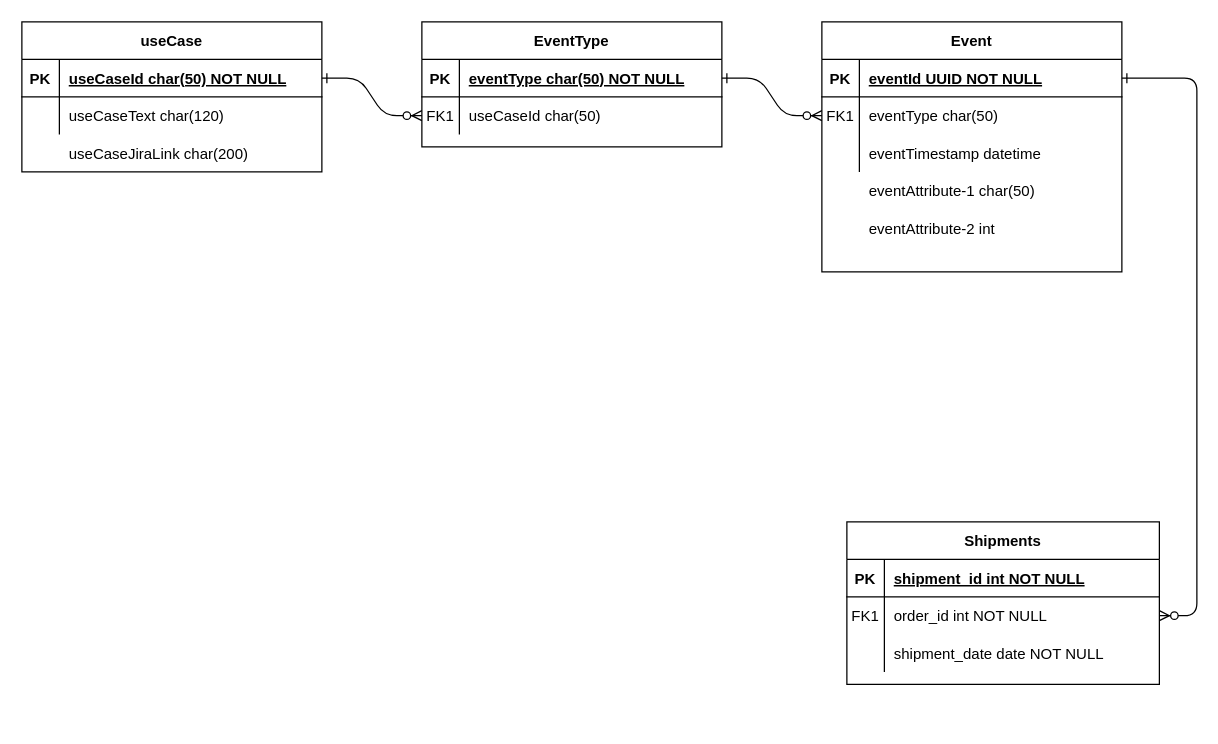
This is Untitled Diagram.drawio from Fischlein18/test-eventing, a draw.io file, before an edit. Source tidied: cells renumbered, new cells numbered last; positions are measured from the earlier drawing's top-left corner, leaving out a move shared by most shapes. Both pictures are drawn from the tidied source at 125%, with x=0, y=0 at pixel (21, 21).
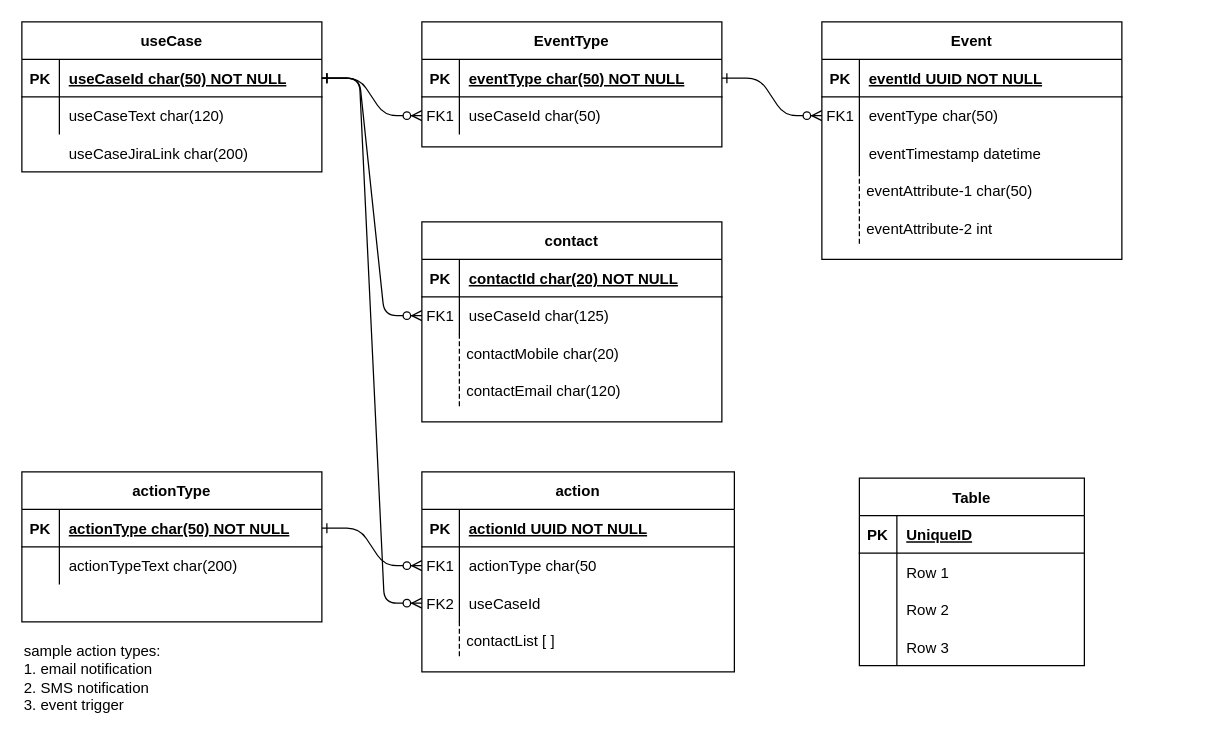
Above is the later version.

The change refers to these unchanged cells:
```xml
<mxCell id="5" style="shape=partialRectangle;fillColor=none;points=[[0,0.5],[1,0.5]];portConstraint=eastwest;top=0;left=0;right=0;bottom=1;" parent="4" vertex="1">
  <mxGeometry y="30" width="240" height="30" as="geometry" />
</mxCell>
<mxCell id="15" style="shape=partialRectangle;fillColor=none;top=0;left=0;right=0;bottom=1;" parent="14" vertex="1">
  <mxGeometry y="30" width="250" height="30" as="geometry" />
</mxCell>
<mxCell id="18" style="shape=partialRectangle;fillColor=none;points=[[0,0.5],[1,0.5]];portConstraint=eastwest;top=0;left=0;right=0;bottom=0;" parent="14" vertex="1">
  <mxGeometry y="60" width="250" height="30" as="geometry" />
</mxCell>
<mxCell id="21" style="shape=partialRectangle;fillColor=none;points=[[0,0.5],[1,0.5]];portConstraint=eastwest;top=0;left=0;right=0;bottom=0;" parent="14" vertex="1">
  <mxGeometry y="90" width="250" height="30" as="geometry" />
</mxCell>
<mxCell id="33" style="shape=partialRectangle;fillColor=none;points=[[0,0.5],[1,0.5]];portConstraint=eastwest;top=0;left=0;right=0;bottom=1;" parent="32" vertex="1">
  <mxGeometry y="30" width="240" height="30" as="geometry" />
</mxCell>
```

The edit, as a diff of the source:
```diff
@@
-    <mxCell id="3" style="edgeStyle=entityRelationEdgeStyle;endArrow=ERzeroToMany;startArrow=ERone;endFill=1;startFill=0;" parent="1" edge="1" source="5" target="18">
-      <mxGeometry relative="1" as="geometry" />
-    </mxCell>
     <mxCell id="4" value="Event" style="shape=table;startSize=30;childLayout=tableLayout;rowLines=0;fontStyle=1;align=center;" parent="1" vertex="1">
-      <mxGeometry x="640" width="240" height="200" as="geometry" />
+      <mxGeometry x="640" width="240" height="190" as="geometry" />
     </mxCell>
@@
-    <mxCell id="14" value="Shipments" style="shape=table;startSize=30;childLayout=tableLayout;rowLines=0;fontStyle=1;align=center;" parent="1" vertex="1">
-      <mxGeometry x="660" y="400" width="250" height="130" as="geometry" />
+    <mxCell id="14" value="action" style="shape=table;startSize=30;childLayout=tableLayout;rowLines=0;fontStyle=1;align=center;" parent="1" vertex="1">
+      <mxGeometry x="320" y="360" width="250" height="160" as="geometry" />
     </mxCell>
@@
-    <mxCell id="17" value="shipment_id int NOT NULL " style="shape=partialRectangle;overflow=hidden;fillColor=none;top=0;left=0;bottom=0;right=0;align=left;spacingLeft=6;fontStyle=5;" parent="15" vertex="1">
+    <mxCell id="17" value="actionId UUID NOT NULL" style="shape=partialRectangle;overflow=hidden;fillColor=none;top=0;left=0;bottom=0;right=0;align=left;spacingLeft=6;fontStyle=5;" parent="15" vertex="1">
       <mxGeometry x="30" width="220" height="30" as="geometry" />
     </mxCell>
@@
-    <mxCell id="20" value="order_id int NOT NULL" style="shape=partialRectangle;overflow=hidden;fillColor=none;top=0;left=0;bottom=0;right=0;align=left;spacingLeft=6;" parent="18" vertex="1">
+    <mxCell id="20" value="actionType char(50" style="shape=partialRectangle;overflow=hidden;fillColor=none;top=0;left=0;bottom=0;right=0;align=left;spacingLeft=6;" parent="18" vertex="1">
       <mxGeometry x="30" width="220" height="30" as="geometry" />
     </mxCell>
@@
-    <mxCell id="22" style="shape=partialRectangle;overflow=hidden;fillColor=none;top=0;left=0;bottom=0;right=0;" parent="21" vertex="1">
+    <mxCell id="22" value="FK2" style="shape=partialRectangle;overflow=hidden;fillColor=none;top=0;left=0;bottom=0;right=0;" parent="21" vertex="1">
       <mxGeometry width="30" height="30" as="geometry" />
     </mxCell>
-    <mxCell id="23" value="shipment_date date NOT NULL" style="shape=partialRectangle;overflow=hidden;fillColor=none;top=0;left=0;bottom=0;right=0;align=left;spacingLeft=6;" parent="21" vertex="1">
+    <mxCell id="23" value="useCaseId" style="shape=partialRectangle;overflow=hidden;fillColor=none;top=0;left=0;bottom=0;right=0;align=left;spacingLeft=6;" parent="21" vertex="1">
       <mxGeometry x="30" width="220" height="30" as="geometry" />
     </mxCell>
@@
-    <mxCell id="31" value="eventAttribute-1 char(50)" style="shape=partialRectangle;overflow=hidden;fillColor=none;top=0;left=0;bottom=0;right=0;align=left;spacingLeft=6;" parent="1" vertex="1">
-      <mxGeometry x="670" y="120" width="210" height="30" as="geometry" />
-    </mxCell>
@@
+    <mxCell id="45" value="contact" style="shape=table;startSize=30;childLayout=tableLayout;rowLines=0;fontStyle=1;align=center;" parent="1" vertex="1">
+      <mxGeometry x="320" y="160" width="240" height="160" as="geometry" />
+    </mxCell>
+    <mxCell id="46" style="shape=partialRectangle;fillColor=none;top=0;left=0;right=0;bottom=1;" parent="45" vertex="1">
+      <mxGeometry y="30" width="240" height="30" as="geometry" />
+    </mxCell>
+    <mxCell id="47" value="PK" style="shape=partialRectangle;overflow=hidden;fillColor=none;top=0;left=0;bottom=0;right=0;fontStyle=1;" parent="46" vertex="1">
+      <mxGeometry width="30" height="30" as="geometry" />
+    </mxCell>
+    <mxCell id="48" value="contactId char(20) NOT NULL" style="shape=partialRectangle;overflow=hidden;fillColor=none;top=0;left=0;bottom=0;right=0;align=left;spacingLeft=6;fontStyle=5;" parent="46" vertex="1">
+      <mxGeometry x="30" width="210" height="30" as="geometry" />
+    </mxCell>
+    <mxCell id="49" style="shape=partialRectangle;fillColor=none;points=[[0,0.5],[1,0.5]];portConstraint=eastwest;top=0;left=0;right=0;bottom=0;" parent="45" vertex="1">
+      <mxGeometry y="60" width="240" height="30" as="geometry" />
+    </mxCell>
+    <mxCell id="50" value="FK1" style="shape=partialRectangle;overflow=hidden;fillColor=none;top=0;left=0;bottom=0;right=0;" parent="49" vertex="1">
+      <mxGeometry width="30" height="30" as="geometry" />
+    </mxCell>
+    <mxCell id="51" value="useCaseId char(125)" style="shape=partialRectangle;overflow=hidden;fillColor=none;top=0;left=0;bottom=0;right=0;align=left;spacingLeft=6;" parent="49" vertex="1">
+      <mxGeometry x="30" width="210" height="30" as="geometry" />
+    </mxCell>
+    <mxCell id="52" style="edgeStyle=entityRelationEdgeStyle;endArrow=ERzeroToMany;startArrow=ERone;endFill=1;startFill=0;entryX=0;entryY=0.5;entryDx=0;entryDy=0;exitX=1;exitY=0.5;exitDx=0;exitDy=0;" parent="1" edge="1" source="33" target="49">
+      <mxGeometry relative="1" as="geometry" />
+    </mxCell>
+    <mxCell id="53" value="actionType" style="shape=table;startSize=30;childLayout=tableLayout;rowLines=0;fontStyle=1;align=center;" parent="1" vertex="1">
+      <mxGeometry y="360" width="240" height="120" as="geometry" />
+    </mxCell>
+    <mxCell id="54" style="shape=partialRectangle;fillColor=none;points=[[0,0.5],[1,0.5]];portConstraint=eastwest;top=0;left=0;right=0;bottom=1;" parent="53" vertex="1">
+      <mxGeometry y="30" width="240" height="30" as="geometry" />
+    </mxCell>
+    <mxCell id="55" value="PK" style="shape=partialRectangle;overflow=hidden;fillColor=none;top=0;left=0;bottom=0;right=0;fontStyle=1;" parent="54" vertex="1">
+      <mxGeometry width="30" height="30" as="geometry" />
+    </mxCell>
+    <mxCell id="56" value="actionType char(50) NOT NULL" style="shape=partialRectangle;overflow=hidden;fillColor=none;top=0;left=0;bottom=0;right=0;align=left;spacingLeft=6;fontStyle=5;" parent="54" vertex="1">
+      <mxGeometry x="30" width="210" height="30" as="geometry" />
+    </mxCell>
+    <mxCell id="57" style="shape=partialRectangle;fillColor=none;top=0;left=0;right=0;bottom=0;" parent="53" vertex="1">
+      <mxGeometry y="60" width="240" height="30" as="geometry" />
+    </mxCell>
+    <mxCell id="58" style="shape=partialRectangle;overflow=hidden;fillColor=none;top=0;left=0;bottom=0;right=0;" parent="57" vertex="1">
+      <mxGeometry width="30" height="30" as="geometry" />
+    </mxCell>
+    <mxCell id="59" value="actionTypeText char(200)" style="shape=partialRectangle;overflow=hidden;fillColor=none;top=0;left=0;bottom=0;right=0;align=left;spacingLeft=6;" parent="57" vertex="1">
+      <mxGeometry x="30" width="210" height="30" as="geometry" />
+    </mxCell>
+    <mxCell id="60" value="sample action types:&lt;br&gt;1. email notification&lt;br&gt;2. SMS notification&lt;br&gt;3. event trigger" style="text;html=1;strokeColor=none;fillColor=none;align=left;verticalAlign=middle;whiteSpace=wrap;rounded=0;" parent="1" vertex="1">
+      <mxGeometry y="490" width="240" height="70" as="geometry" />
+    </mxCell>
+    <mxCell id="61" style="edgeStyle=entityRelationEdgeStyle;endArrow=ERzeroToMany;startArrow=ERone;endFill=1;startFill=0;entryX=0;entryY=0.5;entryDx=0;entryDy=0;exitX=1;exitY=0.5;exitDx=0;exitDy=0;" parent="1" edge="1" source="33" target="21">
+      <mxGeometry relative="1" as="geometry" />
+    </mxCell>
+    <mxCell id="62" style="edgeStyle=entityRelationEdgeStyle;endArrow=ERzeroToMany;startArrow=ERone;endFill=1;startFill=0;entryX=0;entryY=0.5;entryDx=0;entryDy=0;" parent="1" edge="1" source="54" target="18">
+      <mxGeometry relative="1" as="geometry" />
+    </mxCell>
+    <mxCell id="63" value="contactList [ ]" style="shape=partialRectangle;fillColor=none;align=left;verticalAlign=middle;strokeColor=none;spacingLeft=34;" parent="1" vertex="1">
+      <mxGeometry x="320" y="480" width="250" height="30" as="geometry" />
+    </mxCell>
+    <mxCell id="64" style="shape=partialRectangle;top=0;left=0;bottom=0;fillColor=none;stokeWidth=1;dashed=1;align=left;verticalAlign=middle;spacingLeft=4;spacingRight=4;overflow=hidden;" parent="63" vertex="1">
+      <mxGeometry width="30" height="30" as="geometry" />
+    </mxCell>
+    <mxCell id="65" value="Table" style="shape=table;startSize=30;childLayout=tableLayout;rowLines=0;fontStyle=1;align=center;" parent="1" vertex="1">
+      <mxGeometry x="670" y="365" width="180" height="150" as="geometry" />
+    </mxCell>
+    <mxCell id="66" style="shape=tableRow;horizontal=0;startSize=0;swimlaneHead=0;swimlaneBody=0;fillColor=none;top=0;left=0;right=0;bottom=1;" parent="65" vertex="1">
+      <mxGeometry y="30" width="180" height="30" as="geometry" />
+    </mxCell>
+    <mxCell id="67" value="PK" style="shape=partialRectangle;fillColor=none;top=0;left=0;bottom=0;right=0;fontStyle=1;overflow=hidden;" parent="66" vertex="1">
+      <mxGeometry width="30" height="30" as="geometry" />
+    </mxCell>
+    <mxCell id="68" value="UniqueID" style="shape=partialRectangle;fillColor=none;top=0;left=0;bottom=0;right=0;align=left;spacingLeft=6;fontStyle=5;overflow=hidden;" parent="66" vertex="1">
+      <mxGeometry x="30" width="150" height="30" as="geometry" />
+    </mxCell>
+    <mxCell id="69" style="shape=tableRow;horizontal=0;startSize=0;swimlaneHead=0;swimlaneBody=0;fillColor=none;top=0;left=0;right=0;bottom=0;" parent="65" vertex="1">
+      <mxGeometry y="60" width="180" height="30" as="geometry" />
+    </mxCell>
+    <mxCell id="70" style="shape=partialRectangle;fillColor=none;top=0;left=0;bottom=0;right=0;overflow=hidden;" parent="69" vertex="1">
+      <mxGeometry width="30" height="30" as="geometry" />
+    </mxCell>
+    <mxCell id="71" value="Row 1" style="shape=partialRectangle;fillColor=none;top=0;left=0;bottom=0;right=0;align=left;spacingLeft=6;overflow=hidden;" parent="69" vertex="1">
+      <mxGeometry x="30" width="150" height="30" as="geometry" />
+    </mxCell>
+    <mxCell id="72" style="shape=tableRow;horizontal=0;startSize=0;swimlaneHead=0;swimlaneBody=0;fillColor=none;top=0;left=0;right=0;bottom=0;" parent="65" vertex="1">
+      <mxGeometry y="90" width="180" height="30" as="geometry" />
+    </mxCell>
+    <mxCell id="73" style="shape=partialRectangle;fillColor=none;top=0;left=0;bottom=0;right=0;overflow=hidden;" parent="72" vertex="1">
+      <mxGeometry width="30" height="30" as="geometry" />
+    </mxCell>
+    <mxCell id="74" value="Row 2" style="shape=partialRectangle;fillColor=none;top=0;left=0;bottom=0;right=0;align=left;spacingLeft=6;overflow=hidden;" parent="72" vertex="1">
+      <mxGeometry x="30" width="150" height="30" as="geometry" />
+    </mxCell>
+    <mxCell id="75" style="shape=tableRow;horizontal=0;startSize=0;swimlaneHead=0;swimlaneBody=0;fillColor=none;top=0;left=0;right=0;bottom=0;" parent="65" vertex="1">
+      <mxGeometry y="120" width="180" height="30" as="geometry" />
+    </mxCell>
+    <mxCell id="76" style="shape=partialRectangle;fillColor=none;top=0;left=0;bottom=0;right=0;overflow=hidden;" parent="75" vertex="1">
+      <mxGeometry width="30" height="30" as="geometry" />
+    </mxCell>
+    <mxCell id="77" value="Row 3" style="shape=partialRectangle;fillColor=none;top=0;left=0;bottom=0;right=0;align=left;spacingLeft=6;overflow=hidden;" parent="75" vertex="1">
+      <mxGeometry x="30" width="150" height="30" as="geometry" />
+    </mxCell>
+    <mxCell id="78" value="contactMobile char(20)" style="shape=partialRectangle;fillColor=none;align=left;verticalAlign=middle;strokeColor=none;spacingLeft=34;" parent="1" vertex="1">
+      <mxGeometry x="320" y="250" width="240" height="30" as="geometry" />
+    </mxCell>
+    <mxCell id="79" style="shape=partialRectangle;top=0;left=0;bottom=0;fillColor=none;stokeWidth=1;dashed=1;align=left;verticalAlign=middle;spacingLeft=4;spacingRight=4;overflow=hidden;" parent="78" vertex="1">
+      <mxGeometry width="30" height="30" as="geometry" />
+    </mxCell>
+    <mxCell id="31" value="eventAttribute-1 char(50)" style="shape=partialRectangle;fillColor=none;align=left;verticalAlign=middle;strokeColor=none;spacingLeft=34;" parent="1" vertex="1">
+      <mxGeometry x="640" y="120" width="240" height="30" as="geometry" />
+    </mxCell>
+    <mxCell id="80" style="shape=partialRectangle;top=0;left=0;bottom=0;fillColor=none;stokeWidth=1;dashed=1;align=left;verticalAlign=middle;spacingLeft=4;spacingRight=4;overflow=hidden;" parent="31" vertex="1">
+      <mxGeometry width="30" height="30" as="geometry" />
+    </mxCell>
-    <mxCell id="44" value="eventAttribute-2 int" style="shape=partialRectangle;overflow=hidden;fillColor=none;top=0;left=0;bottom=0;right=0;align=left;spacingLeft=6;" parent="1" vertex="1">
-      <mxGeometry x="670" y="150" width="210" height="30" as="geometry" />
+    <mxCell id="44" value="eventAttribute-2 int" style="shape=partialRectangle;fillColor=none;align=left;verticalAlign=middle;strokeColor=none;spacingLeft=34;" parent="1" vertex="1">
+      <mxGeometry x="640" y="150" width="240" height="30" as="geometry" />
     </mxCell>
+    <mxCell id="81" style="shape=partialRectangle;top=0;left=0;bottom=0;fillColor=none;stokeWidth=1;dashed=1;align=left;verticalAlign=middle;spacingLeft=4;spacingRight=4;overflow=hidden;" parent="44" vertex="1">
+      <mxGeometry width="30" height="30" as="geometry" />
+    </mxCell>
+    <mxCell id="82" value="contactEmail char(120)" style="shape=partialRectangle;fillColor=none;align=left;verticalAlign=middle;strokeColor=none;spacingLeft=34;" parent="1" vertex="1">
+      <mxGeometry x="320" y="280" width="240" height="30" as="geometry" />
+    </mxCell>
+    <mxCell id="83" style="shape=partialRectangle;top=0;left=0;bottom=0;fillColor=none;stokeWidth=1;dashed=1;align=left;verticalAlign=middle;spacingLeft=4;spacingRight=4;overflow=hidden;" parent="82" vertex="1">
+      <mxGeometry width="30" height="30" as="geometry" />
+    </mxCell>
```
